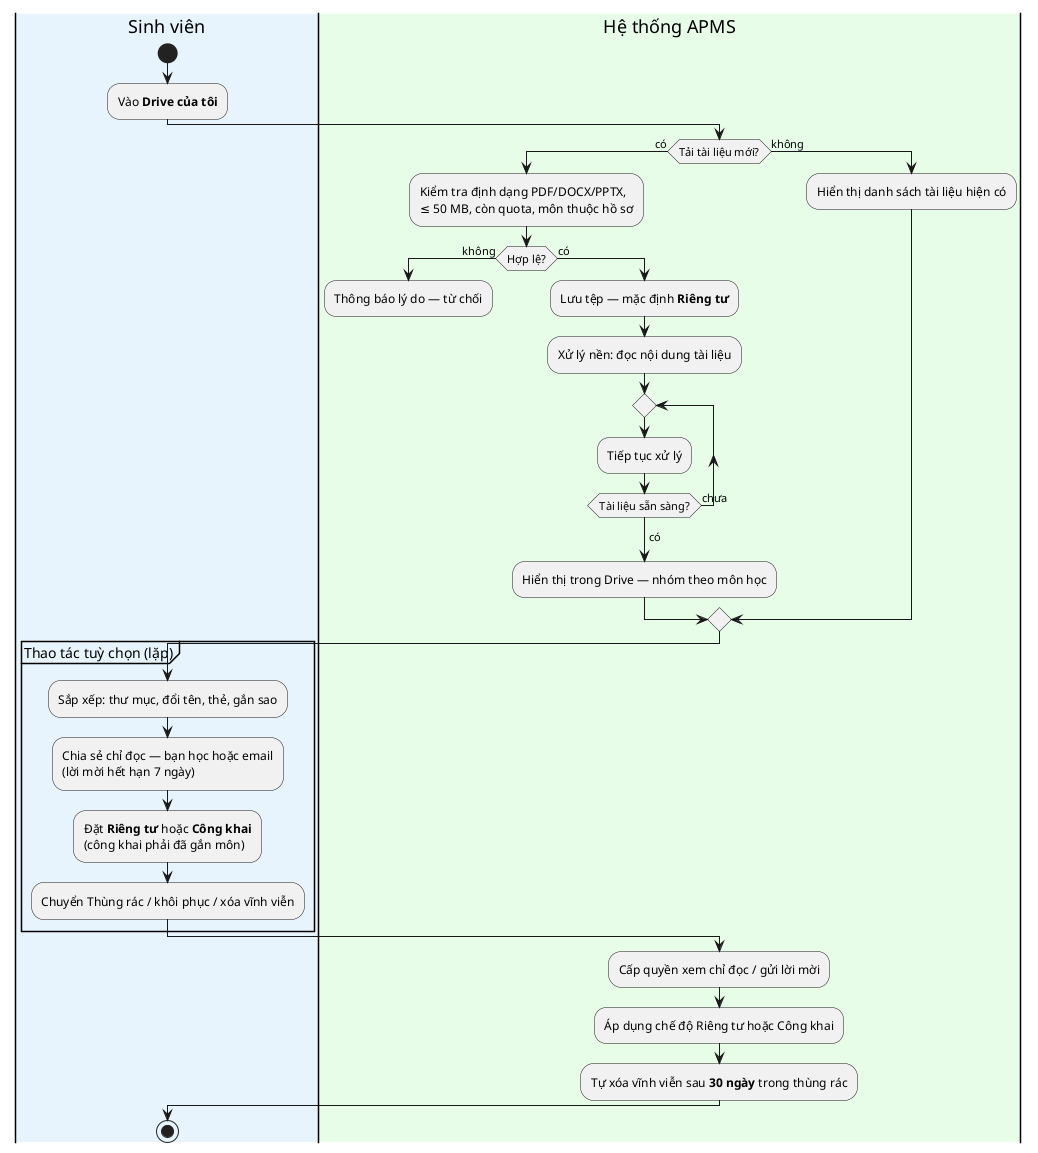
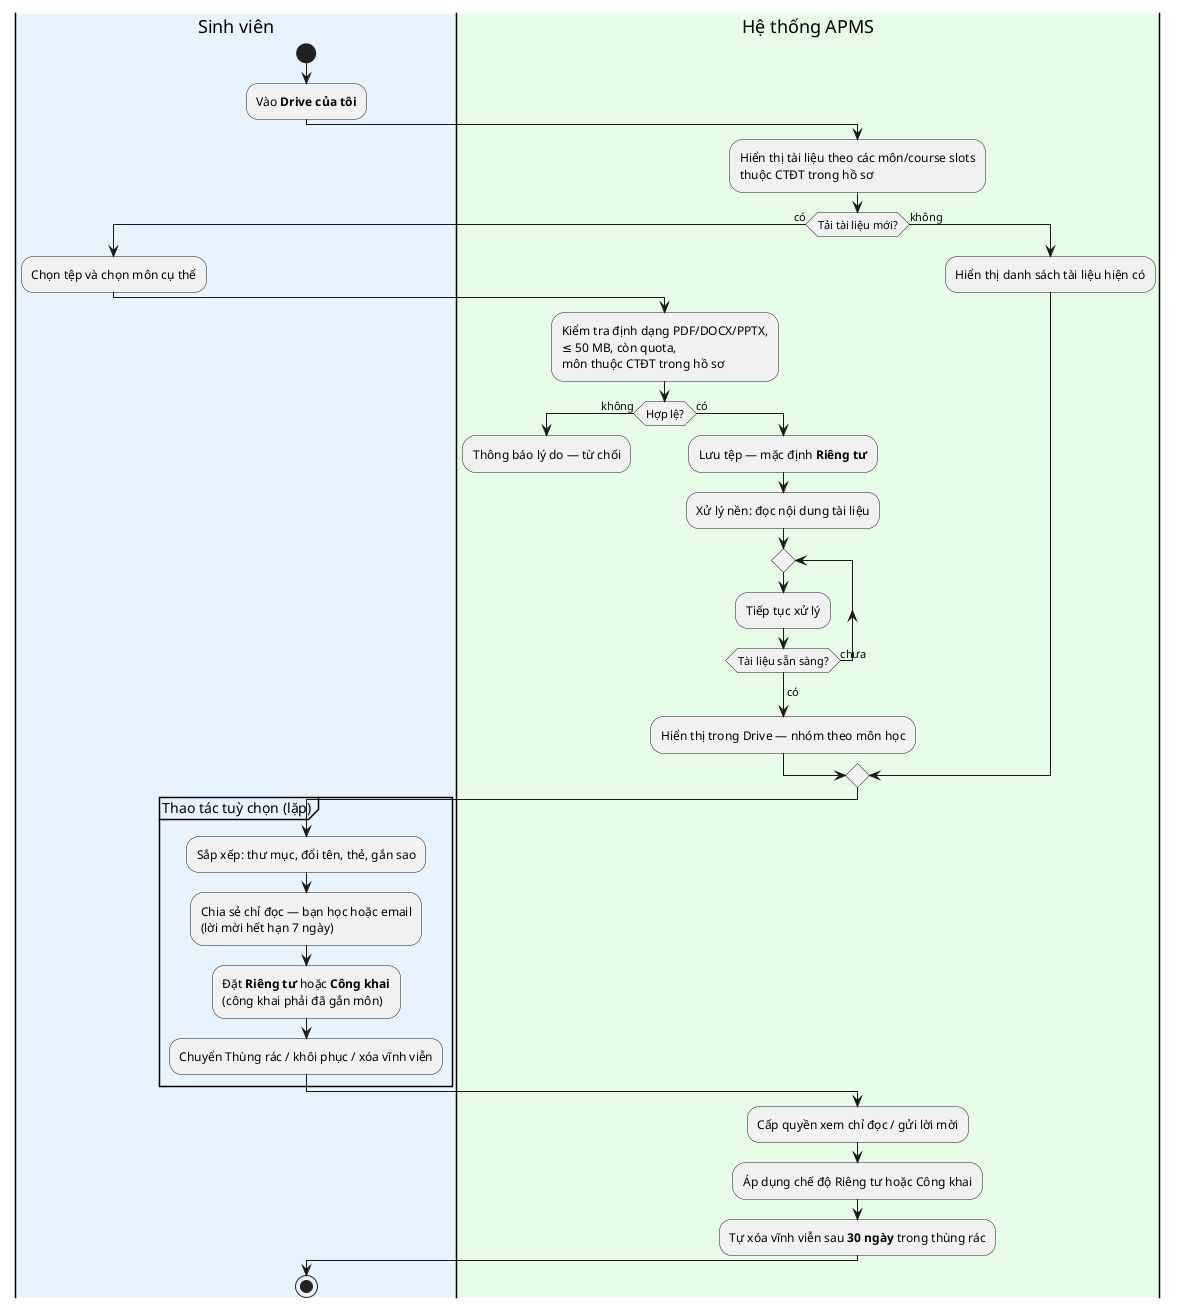
@startuml APMS_Activity2_Drive
skinparam swimlane {
  WrapTitle false
}

|#E8F4FD|Sinh viên|
start
:Vào **Drive của tôi**;

|#E8FDE8|Hệ thống APMS|
+ :Hiển thị tài liệu theo các môn/course slots\nthuộc CTĐT trong hồ sơ;
if (Tải tài liệu mới?) then (có)
-   :Kiểm tra định dạng PDF/DOCX/PPTX,\n≤ 50 MB, còn quota, môn thuộc hồ sơ;
+   |Sinh viên|
+   :Chọn tệp và chọn môn cụ thể;
+   |Hệ thống APMS|
+   :Kiểm tra định dạng PDF/DOCX/PPTX,\n≤ 50 MB, còn quota,\nmôn thuộc CTĐT trong hồ sơ;
  if (Hợp lệ?) then (không)
    :Thông báo lý do — từ chối;
    detach
  else (có)
    :Lưu tệp — mặc định **Riêng tư**;
    :Xử lý nền: đọc nội dung tài liệu;
    repeat
      :Tiếp tục xử lý;
    repeat while (Tài liệu sẵn sàng?) is (chưa)
    ->có;
    :Hiển thị trong Drive — nhóm theo môn học;
  endif
else (không)
  :Hiển thị danh sách tài liệu hiện có;
endif

|Sinh viên|
partition "Thao tác tuỳ chọn (lặp)" {
  :Sắp xếp: thư mục, đổi tên, thẻ, gắn sao;
  :Chia sẻ chỉ đọc — bạn học hoặc email\n(lời mời hết hạn 7 ngày);
  :Đặt **Riêng tư** hoặc **Công khai**\n(công khai phải đã gắn môn);
  :Chuyển Thùng rác / khôi phục / xóa vĩnh viễn;
}

|Hệ thống APMS|
:Cấp quyền xem chỉ đọc / gửi lời mời;
:Áp dụng chế độ Riêng tư hoặc Công khai;
:Tự xóa vĩnh viễn sau **30 ngày** trong thùng rác;

|Sinh viên|
stop

@enduml
